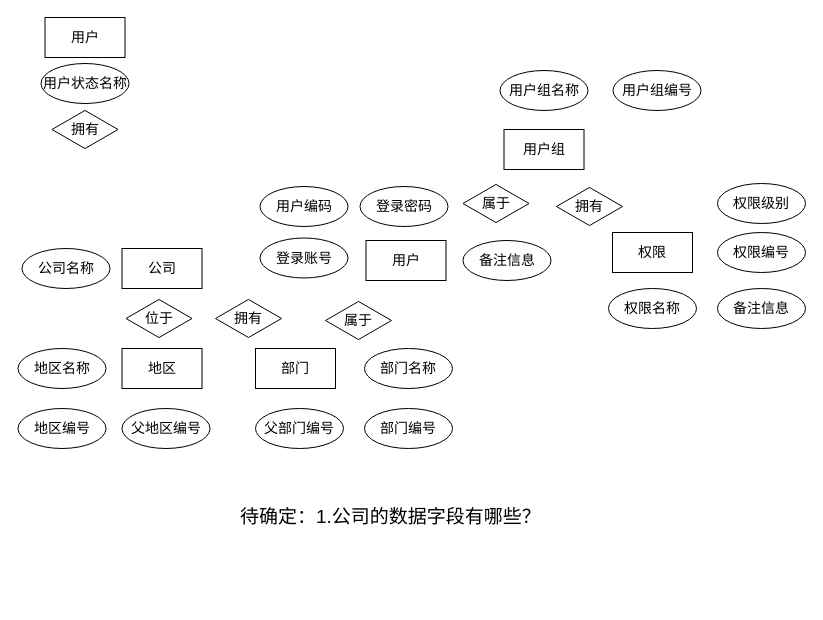
The draw.io diagram page "第 1 页" (1 of 2) of CDRS/DB-design.drawio in waterwatermelon/graph, before the edit. Source tidied: cells renumbered, new cells numbered last; positions are measured from the earlier drawing's top-left corner, leaving out a move shared by most shapes. Both pictures are drawn from the tidied source at 100%, with x=0, y=0 at pixel (18, 17).
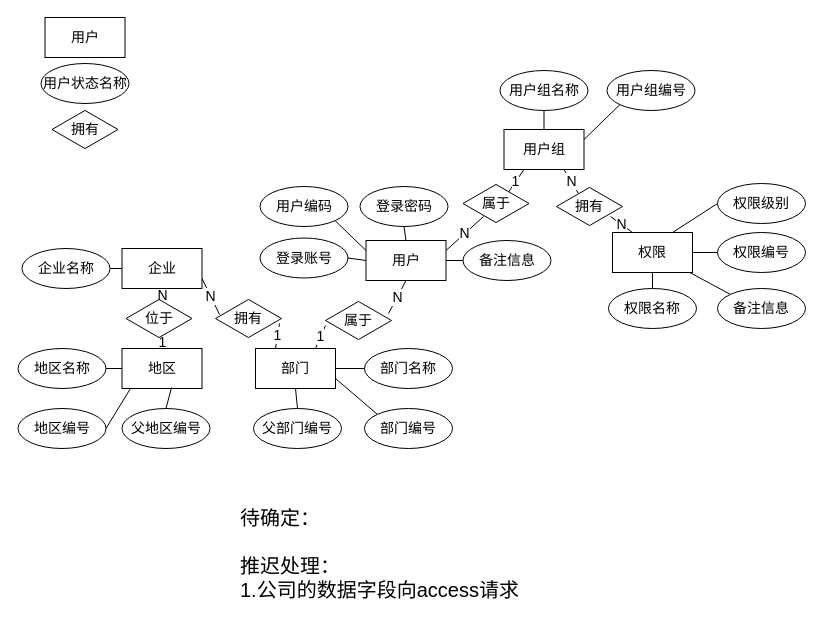
The same diagram, later.

Unchanged cells that the change refers to:
```xml
<mxCell id="5" value="用户" style="rounded=0;whiteSpace=wrap;html=1;fontSize=14;" parent="1" vertex="1">
  <mxGeometry x="347.5" y="223" width="80" height="40" as="geometry" />
</mxCell>
<mxCell id="6" value="用户编码" style="ellipse;whiteSpace=wrap;html=1;fontSize=14;" parent="1" vertex="1">
  <mxGeometry x="241.5" y="169" width="88" height="40" as="geometry" />
</mxCell>
<mxCell id="7" value="登录账号" style="ellipse;whiteSpace=wrap;html=1;fontSize=14;" parent="1" vertex="1">
  <mxGeometry x="241.5" y="220.5" width="88" height="40" as="geometry" />
</mxCell>
<mxCell id="8" value="登录密码" style="ellipse;whiteSpace=wrap;html=1;fontSize=14;" parent="1" vertex="1">
  <mxGeometry x="341.5" y="169" width="88" height="40" as="geometry" />
</mxCell>
<mxCell id="9" value="用户组" style="rounded=0;whiteSpace=wrap;html=1;fontSize=14;" parent="1" vertex="1">
  <mxGeometry x="485.5" y="112" width="80" height="40" as="geometry" />
</mxCell>
<mxCell id="10" value="用户组名称" style="ellipse;whiteSpace=wrap;html=1;fontSize=14;" parent="1" vertex="1">
  <mxGeometry x="481.5" y="53" width="88" height="40" as="geometry" />
</mxCell>
<mxCell id="11" value="权限" style="rounded=0;whiteSpace=wrap;html=1;fontSize=14;" parent="1" vertex="1">
  <mxGeometry x="594" y="215" width="80" height="40" as="geometry" />
</mxCell>
<mxCell id="12" value="备注信息" style="ellipse;whiteSpace=wrap;html=1;fontSize=14;" parent="1" vertex="1">
  <mxGeometry x="444.5" y="223" width="88" height="40" as="geometry" />
</mxCell>
<mxCell id="13" value="权限名称" style="ellipse;whiteSpace=wrap;html=1;fontSize=14;" parent="1" vertex="1">
  <mxGeometry x="590" y="271" width="88" height="40" as="geometry" />
</mxCell>
<mxCell id="15" value="权限编号" style="ellipse;whiteSpace=wrap;html=1;fontSize=14;" parent="1" vertex="1">
  <mxGeometry x="699" y="215" width="88" height="40" as="geometry" />
</mxCell>
<mxCell id="16" value="备注信息" style="ellipse;whiteSpace=wrap;html=1;fontSize=14;" parent="1" vertex="1">
  <mxGeometry x="699" y="271" width="88" height="40" as="geometry" />
</mxCell>
<mxCell id="17" value="地区" style="rounded=0;whiteSpace=wrap;html=1;fontSize=14;" parent="1" vertex="1">
  <mxGeometry x="103.5" y="331" width="80" height="40" as="geometry" />
</mxCell>
<mxCell id="18" value="地区名称" style="ellipse;whiteSpace=wrap;html=1;fontSize=14;" parent="1" vertex="1">
  <mxGeometry x="-0.5" y="331" width="88" height="40" as="geometry" />
</mxCell>
<mxCell id="19" value="地区编号" style="ellipse;whiteSpace=wrap;html=1;fontSize=14;" parent="1" vertex="1">
  <mxGeometry x="-0.5" y="391" width="88" height="40" as="geometry" />
</mxCell>
<mxCell id="20" value="部门" style="rounded=0;whiteSpace=wrap;html=1;fontSize=14;" parent="1" vertex="1">
  <mxGeometry x="237" y="331" width="80" height="40" as="geometry" />
</mxCell>
<mxCell id="21" value="部门名称" style="ellipse;whiteSpace=wrap;html=1;fontSize=14;" parent="1" vertex="1">
  <mxGeometry x="346" y="331" width="88" height="40" as="geometry" />
</mxCell>
<mxCell id="22" value="部门编号" style="ellipse;whiteSpace=wrap;html=1;fontSize=14;" parent="1" vertex="1">
  <mxGeometry x="346" y="391" width="88" height="40" as="geometry" />
</mxCell>
<mxCell id="24" value="父地区编号" style="ellipse;whiteSpace=wrap;html=1;fontSize=14;" parent="1" vertex="1">
  <mxGeometry x="103.5" y="391" width="88" height="40" as="geometry" />
</mxCell>
<mxCell id="28" value="位于" style="html=1;whiteSpace=wrap;shape=isoRectangle;fontSize=14;" parent="1" vertex="1">
  <mxGeometry x="107.5" y="281" width="66" height="40" as="geometry" />
</mxCell>
<mxCell id="29" value="拥有" style="html=1;whiteSpace=wrap;shape=isoRectangle;fontSize=14;" parent="1" vertex="1">
  <mxGeometry x="197" y="281" width="66" height="40" as="geometry" />
</mxCell>
<mxCell id="30" value="属于" style="html=1;whiteSpace=wrap;shape=isoRectangle;fontSize=14;" parent="1" vertex="1">
  <mxGeometry x="307" y="283" width="66" height="40" as="geometry" />
</mxCell>
<mxCell id="31" value="属于" style="html=1;whiteSpace=wrap;shape=isoRectangle;fontSize=14;" parent="1" vertex="1">
  <mxGeometry x="444.5" y="166" width="66" height="40" as="geometry" />
</mxCell>
<mxCell id="32" value="拥有" style="html=1;whiteSpace=wrap;shape=isoRectangle;fontSize=14;" parent="1" vertex="1">
  <mxGeometry x="538" y="169" width="66" height="40" as="geometry" />
</mxCell>
<mxCell id="33" value="权限级别" style="ellipse;whiteSpace=wrap;html=1;fontSize=14;" parent="1" vertex="1">
  <mxGeometry x="699" y="166" width="88" height="40" as="geometry" />
</mxCell>
```

Diff of the diagram source:
```diff
@@
+    <mxCell id="34" value="N" style="edgeStyle=none;rounded=0;jettySize=auto;html=1;exitX=1;exitY=0.25;exitDx=0;exitDy=0;entryX=0.311;entryY=0.825;entryDx=0;entryDy=0;entryPerimeter=0;startArrow=none;startFill=0;endArrow=none;endFill=0;fontSize=14;" parent="1" edge="1" source="5" target="31">
+      <mxGeometry relative="1" as="geometry" />
+    </mxCell>
+    <mxCell id="35" value="N" style="edgeStyle=none;rounded=0;jettySize=auto;html=1;exitX=0.5;exitY=1;exitDx=0;exitDy=0;startArrow=none;startFill=0;endArrow=none;endFill=0;fontSize=14;" parent="1" edge="1" source="5">
+      <mxGeometry relative="1" as="geometry">
+        <mxPoint x="370" y="296" as="targetPoint" />
+      </mxGeometry>
+    </mxCell>
@@
+    <mxCell id="36" style="edgeStyle=none;rounded=0;jettySize=auto;html=1;exitX=1;exitY=1;exitDx=0;exitDy=0;entryX=0;entryY=0.25;entryDx=0;entryDy=0;startArrow=none;startFill=0;endArrow=none;endFill=0;fontSize=14;" parent="1" edge="1" source="6" target="5">
+      <mxGeometry relative="1" as="geometry" />
+    </mxCell>
@@
+    <mxCell id="37" style="edgeStyle=none;rounded=0;jettySize=auto;html=1;exitX=1;exitY=0.5;exitDx=0;exitDy=0;entryX=0;entryY=0.5;entryDx=0;entryDy=0;startArrow=none;startFill=0;endArrow=none;endFill=0;fontSize=14;" parent="1" edge="1" source="7" target="5">
+      <mxGeometry relative="1" as="geometry" />
+    </mxCell>
@@
+    <mxCell id="38" style="edgeStyle=none;rounded=0;jettySize=auto;html=1;exitX=0.5;exitY=1;exitDx=0;exitDy=0;entryX=0.5;entryY=0;entryDx=0;entryDy=0;startArrow=none;startFill=0;endArrow=none;endFill=0;fontSize=14;" parent="1" edge="1" source="8" target="5">
+      <mxGeometry relative="1" as="geometry" />
+    </mxCell>
@@
+    <mxCell id="39" value="1" style="edgeStyle=none;rounded=0;jettySize=auto;html=1;exitX=0.25;exitY=1;exitDx=0;exitDy=0;entryX=0.674;entryY=0.25;entryDx=0;entryDy=0;entryPerimeter=0;startArrow=none;startFill=0;endArrow=none;endFill=0;fontSize=14;" parent="1" edge="1" source="9" target="31">
+      <mxGeometry relative="1" as="geometry" />
+    </mxCell>
+    <mxCell id="40" value="N" style="edgeStyle=none;rounded=0;jettySize=auto;html=1;exitX=0.75;exitY=1;exitDx=0;exitDy=0;entryX=0.333;entryY=0.175;entryDx=0;entryDy=0;entryPerimeter=0;startArrow=none;startFill=0;endArrow=none;endFill=0;fontSize=14;" parent="1" edge="1" source="9" target="32">
+      <mxGeometry relative="1" as="geometry" />
+    </mxCell>
@@
+    <mxCell id="41" style="edgeStyle=none;rounded=0;jettySize=auto;html=1;exitX=0.5;exitY=1;exitDx=0;exitDy=0;startArrow=none;startFill=0;endArrow=none;endFill=0;fontSize=14;" parent="1" edge="1" source="10" target="9">
+      <mxGeometry relative="1" as="geometry" />
+    </mxCell>
@@
+    <mxCell id="42" value="N" style="edgeStyle=none;rounded=0;jettySize=auto;html=1;exitX=0.25;exitY=0;exitDx=0;exitDy=0;entryX=0.818;entryY=0.75;entryDx=0;entryDy=0;entryPerimeter=0;startArrow=none;startFill=0;endArrow=none;endFill=0;fontSize=14;" parent="1" edge="1" source="11" target="32">
+      <mxGeometry relative="1" as="geometry" />
+    </mxCell>
@@
+    <mxCell id="43" style="edgeStyle=none;rounded=0;jettySize=auto;html=1;exitX=0;exitY=0.5;exitDx=0;exitDy=0;startArrow=none;startFill=0;endArrow=none;endFill=0;fontSize=14;" parent="1" edge="1" source="12" target="5">
+      <mxGeometry relative="1" as="geometry" />
+    </mxCell>
@@
+    <mxCell id="44" style="edgeStyle=none;rounded=0;jettySize=auto;html=1;exitX=0.5;exitY=0;exitDx=0;exitDy=0;entryX=0.5;entryY=1;entryDx=0;entryDy=0;startArrow=none;startFill=0;endArrow=none;endFill=0;fontSize=14;" parent="1" edge="1" source="13" target="11">
+      <mxGeometry relative="1" as="geometry" />
+    </mxCell>
@@
+    <mxCell id="45" style="edgeStyle=none;rounded=0;jettySize=auto;html=1;exitX=0;exitY=1;exitDx=0;exitDy=0;entryX=1;entryY=0.25;entryDx=0;entryDy=0;startArrow=none;startFill=0;endArrow=none;endFill=0;fontSize=14;" parent="1" edge="1" source="14" target="9">
+      <mxGeometry relative="1" as="geometry" />
+    </mxCell>
     <mxCell id="14" value="用户组编号" style="ellipse;whiteSpace=wrap;html=1;fontSize=14;" parent="1" vertex="1">
-      <mxGeometry x="594.5" y="53" width="88" height="40" as="geometry" />
+      <mxGeometry x="588.5" y="53" width="88" height="40" as="geometry" />
     </mxCell>
+    <mxCell id="46" style="edgeStyle=none;rounded=0;jettySize=auto;html=1;exitX=0;exitY=0.5;exitDx=0;exitDy=0;entryX=1;entryY=0.5;entryDx=0;entryDy=0;startArrow=none;startFill=0;endArrow=none;endFill=0;fontSize=14;" parent="1" edge="1" source="15" target="11">
+      <mxGeometry relative="1" as="geometry" />
+    </mxCell>
@@
+    <mxCell id="47" style="edgeStyle=none;rounded=0;jettySize=auto;html=1;exitX=0;exitY=0;exitDx=0;exitDy=0;startArrow=none;startFill=0;endArrow=none;endFill=0;fontSize=14;" parent="1" edge="1" source="16" target="11">
+      <mxGeometry relative="1" as="geometry" />
+    </mxCell>
@@
+    <mxCell id="48" style="edgeStyle=orthogonalEdgeStyle;rounded=0;jettySize=auto;html=1;exitX=0;exitY=0.5;exitDx=0;exitDy=0;startArrow=none;startFill=0;endArrow=none;endFill=0;fontSize=14;" parent="1" edge="1" source="17" target="18">
+      <mxGeometry relative="1" as="geometry" />
+    </mxCell>
+    <mxCell id="49" value="1" style="edgeStyle=none;rounded=0;jettySize=auto;html=1;exitX=0.5;exitY=0;exitDx=0;exitDy=0;entryX=0.553;entryY=0.975;entryDx=0;entryDy=0;entryPerimeter=0;startArrow=none;startFill=0;endArrow=none;endFill=0;fontSize=14;" parent="1" edge="1" source="17" target="28">
+      <mxGeometry relative="1" as="geometry" />
+    </mxCell>
@@
+    <mxCell id="50" style="rounded=0;jettySize=auto;html=1;exitX=1;exitY=0.5;exitDx=0;exitDy=0;entryX=0.106;entryY=1;entryDx=0;entryDy=0;entryPerimeter=0;startArrow=none;startFill=0;endArrow=none;endFill=0;fontSize=14;" parent="1" edge="1" source="19" target="17">
+      <mxGeometry relative="1" as="geometry" />
+    </mxCell>
@@
+    <mxCell id="51" value="1" style="edgeStyle=none;rounded=0;jettySize=auto;html=1;exitX=0.25;exitY=0;exitDx=0;exitDy=0;entryX=0.97;entryY=0.625;entryDx=0;entryDy=0;entryPerimeter=0;startArrow=none;startFill=0;endArrow=none;endFill=0;fontSize=14;" parent="1" edge="1" source="20" target="29">
+      <mxGeometry relative="1" as="geometry" />
+    </mxCell>
+    <mxCell id="52" value="1" style="edgeStyle=none;rounded=0;jettySize=auto;html=1;exitX=0.75;exitY=0;exitDx=0;exitDy=0;entryX=0;entryY=0.625;entryDx=0;entryDy=0;entryPerimeter=0;startArrow=none;startFill=0;endArrow=none;endFill=0;fontSize=14;" parent="1" edge="1" source="20" target="30">
+      <mxGeometry relative="1" as="geometry" />
+    </mxCell>
@@
+    <mxCell id="53" style="edgeStyle=none;rounded=0;jettySize=auto;html=1;exitX=0;exitY=0.5;exitDx=0;exitDy=0;entryX=1;entryY=0.5;entryDx=0;entryDy=0;startArrow=none;startFill=0;endArrow=none;endFill=0;fontSize=14;" parent="1" edge="1" source="21" target="20">
+      <mxGeometry relative="1" as="geometry" />
+    </mxCell>
@@
+    <mxCell id="54" style="edgeStyle=none;rounded=0;jettySize=auto;html=1;exitX=0;exitY=0;exitDx=0;exitDy=0;entryX=1;entryY=0.75;entryDx=0;entryDy=0;startArrow=none;startFill=0;endArrow=none;endFill=0;fontSize=14;" parent="1" edge="1" source="22" target="20">
+      <mxGeometry relative="1" as="geometry" />
+    </mxCell>
@@
+    <mxCell id="55" style="edgeStyle=none;rounded=0;jettySize=auto;html=1;exitX=0.5;exitY=0;exitDx=0;exitDy=0;entryX=0.5;entryY=1;entryDx=0;entryDy=0;startArrow=none;startFill=0;endArrow=none;endFill=0;fontSize=14;" parent="1" edge="1" source="23" target="20">
+      <mxGeometry relative="1" as="geometry" />
+    </mxCell>
     <mxCell id="23" value="父部门编号" style="ellipse;whiteSpace=wrap;html=1;fontSize=14;" parent="1" vertex="1">
-      <mxGeometry x="237" y="391" width="88" height="40" as="geometry" />
+      <mxGeometry x="235" y="391" width="88" height="40" as="geometry" />
     </mxCell>
+    <mxCell id="56" style="edgeStyle=none;rounded=0;jettySize=auto;html=1;exitX=0.5;exitY=0;exitDx=0;exitDy=0;entryX=0.619;entryY=0.975;entryDx=0;entryDy=0;entryPerimeter=0;startArrow=none;startFill=0;endArrow=none;endFill=0;fontSize=14;" parent="1" edge="1" source="24" target="17">
+      <mxGeometry relative="1" as="geometry" />
+    </mxCell>
@@
-    <mxCell id="25" value="&lt;font style=&quot;font-size: 19px&quot;&gt;待确定：1.公司的数据字段有哪些？&lt;/font&gt;" style="text;html=1;align=left;verticalAlign=top;spacingTop=-4;" parent="1" vertex="1">
-      <mxGeometry x="220" y="486" width="320" height="20" as="geometry" />
+    <mxCell id="25" value="&lt;font style=&quot;font-size: 20px;&quot;&gt;待确定：&lt;br style=&quot;font-size: 20px;&quot;&gt;&lt;br style=&quot;font-size: 20px;&quot;&gt;推迟处理：&lt;br style=&quot;font-size: 20px;&quot;&gt;1.公司的数据字段向access请求&lt;/font&gt;" style="text;html=1;align=left;verticalAlign=top;spacingTop=-4;fontSize=20;" parent="1" vertex="1">
+      <mxGeometry x="220" y="486" width="280" height="70" as="geometry" />
     </mxCell>
+    <mxCell id="57" value="N" style="edgeStyle=orthogonalEdgeStyle;rounded=0;jettySize=auto;html=1;exitX=0.5;exitY=1;exitDx=0;exitDy=0;entryX=0.553;entryY=0.075;entryDx=0;entryDy=0;entryPerimeter=0;startArrow=none;startFill=0;endArrow=none;endFill=0;fontSize=14;" parent="1" edge="1" source="26" target="28">
+      <mxGeometry relative="1" as="geometry" />
+    </mxCell>
+    <mxCell id="58" value="N" style="edgeStyle=none;rounded=0;jettySize=auto;html=1;exitX=1;exitY=0.75;exitDx=0;exitDy=0;entryX=0.061;entryY=0.4;entryDx=0;entryDy=0;entryPerimeter=0;startArrow=none;startFill=0;endArrow=none;endFill=0;fontSize=14;" parent="1" edge="1" source="26" target="29">
+      <mxGeometry relative="1" as="geometry" />
+    </mxCell>
-    <mxCell id="26" value="公司" style="rounded=0;whiteSpace=wrap;html=1;fontSize=14;" parent="1" vertex="1">
+    <mxCell id="26" value="企业" style="rounded=0;whiteSpace=wrap;html=1;fontSize=14;" parent="1" vertex="1">
       <mxGeometry x="103.5" y="231" width="80" height="40" as="geometry" />
     </mxCell>
+    <mxCell id="59" style="edgeStyle=orthogonalEdgeStyle;rounded=0;jettySize=auto;html=1;exitX=1;exitY=0.5;exitDx=0;exitDy=0;entryX=0;entryY=0.5;entryDx=0;entryDy=0;startArrow=none;startFill=0;endArrow=none;endFill=0;fontSize=14;" parent="1" edge="1" source="27" target="26">
+      <mxGeometry relative="1" as="geometry" />
+    </mxCell>
-    <mxCell id="27" value="公司名称" style="ellipse;whiteSpace=wrap;html=1;fontSize=14;" parent="1" vertex="1">
+    <mxCell id="27" value="企业名称" style="ellipse;whiteSpace=wrap;html=1;fontSize=14;" parent="1" vertex="1">
       <mxGeometry x="3.5" y="231" width="88" height="40" as="geometry" />
     </mxCell>
@@
+    <mxCell id="60" style="edgeStyle=none;rounded=0;jettySize=auto;html=1;exitX=0;exitY=0.5;exitDx=0;exitDy=0;entryX=0.75;entryY=0;entryDx=0;entryDy=0;startArrow=none;startFill=0;endArrow=none;endFill=0;fontSize=14;" parent="1" edge="1" source="33" target="11">
+      <mxGeometry relative="1" as="geometry" />
+    </mxCell>
```
